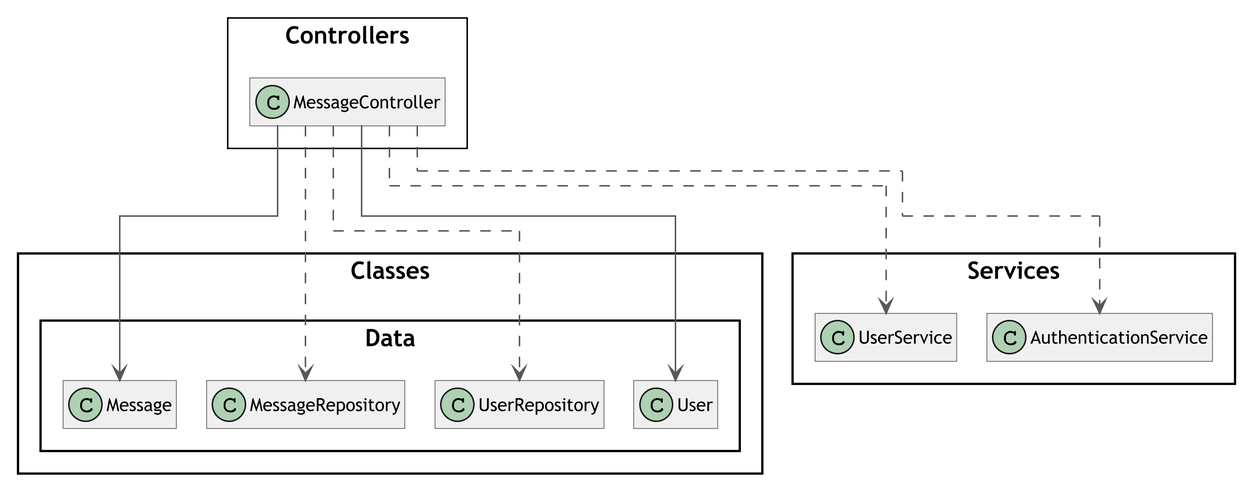
The PlantUML diagram NEA-Final/Writeup/Design/Class Diagrams/Backend/Controllers/MessageController.png in connormcharg/school-work, before a commit.
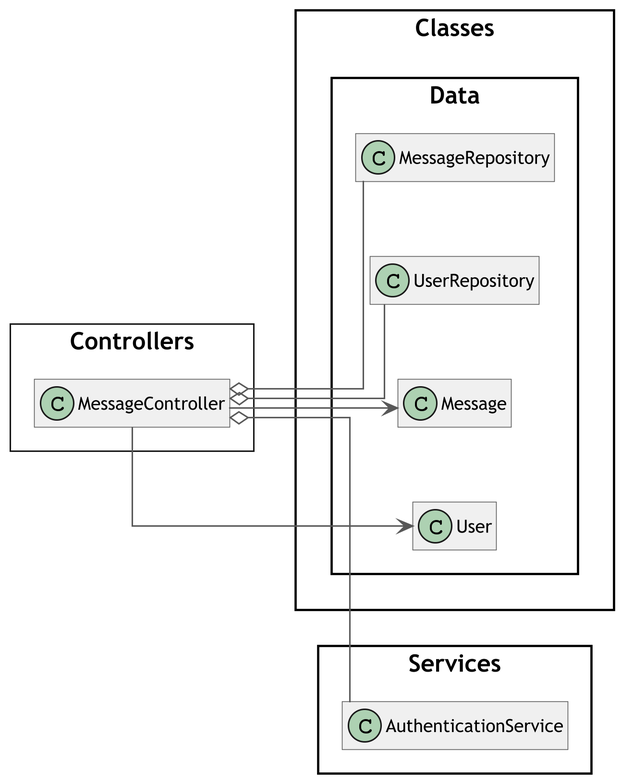
The same diagram one commit later.

Change to the diagram source:
```diff
@@ -21,7 +21,6 @@
 skinparam ranksep 75
 skinparam groupInheritance 2
 skinparam packageStyle Rectangle
-!pragma layout elk
 
 left to right direction
 
@@ -29,10 +28,9 @@
     class MessageController
 }
 
-MessageController ..> Classes.Data.MessageRepository
-MessageController ..> Classes.Data.UserRepository
-MessageController ..> Services.UserService
-MessageController ..> Services.AuthenticationService
+MessageController o-- Classes.Data.MessageRepository
+MessageController o-- Classes.Data.UserRepository
+MessageController o-- Services.AuthenticationService
 MessageController --> Classes.Data.Message
 MessageController --> Classes.Data.User
 
```
